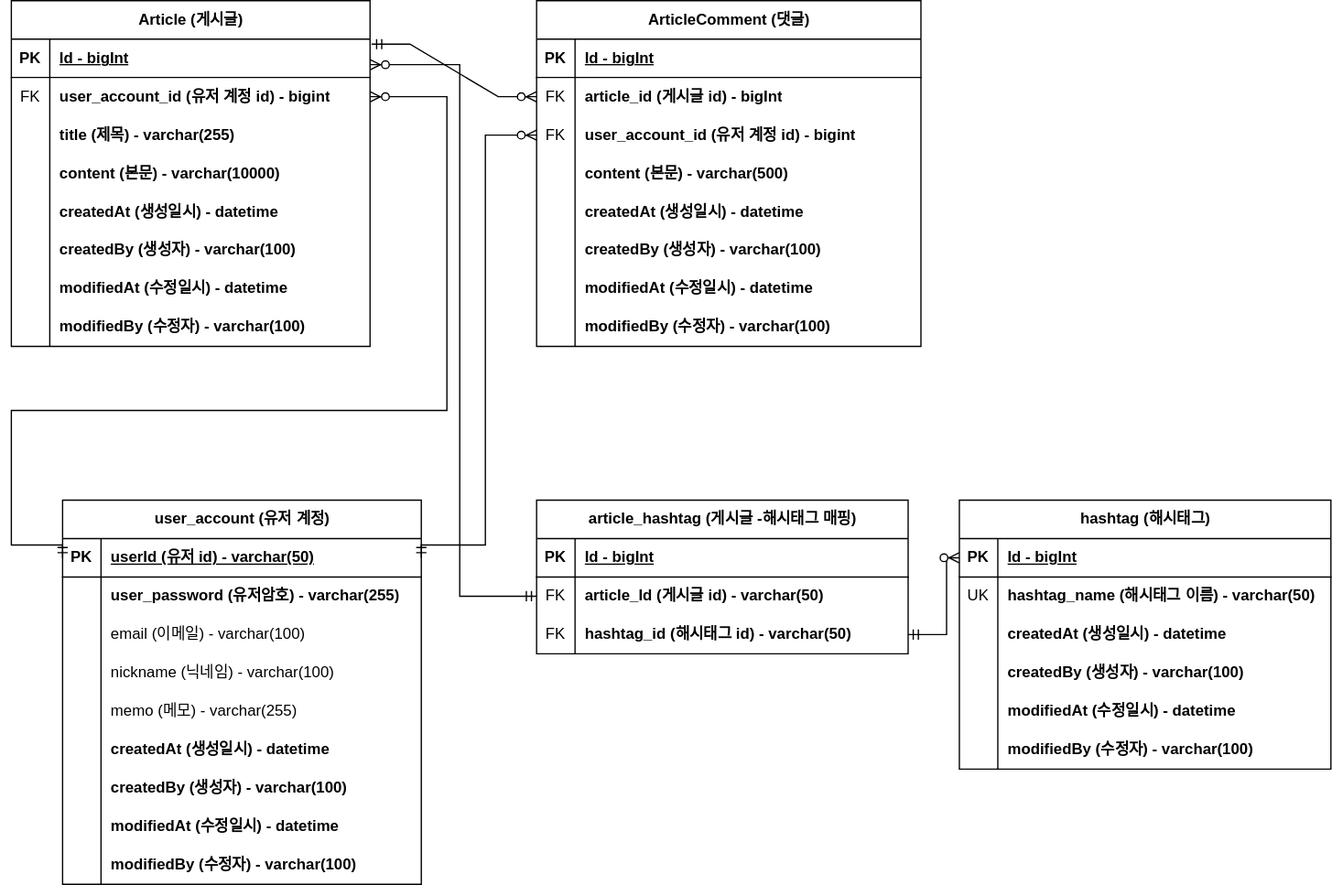
The draw.io diagram Part02/document/project-board-erd.svg in dbwp031/FastCampusClass, before a commit. Source tidied: cells renumbered, new cells last; positions are measured from the earlier drawing's top-left corner, leaving out a move shared by most shapes.
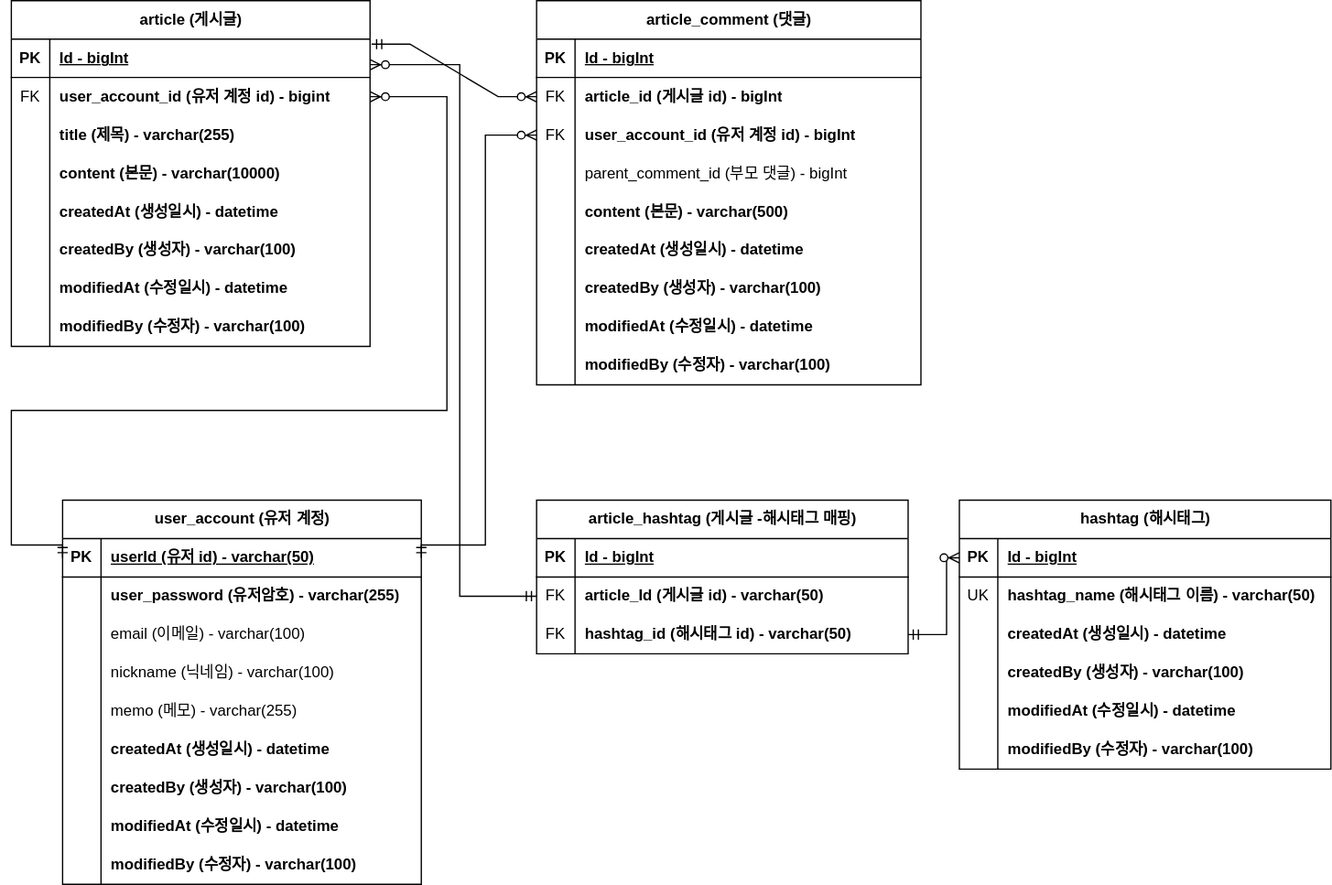
Later version of the same file.

Commit message:
#46 project-board-erd.svg 수정: article_comment -> parent_comment_id 필드 추가

Change to the diagram source:
```diff
@@ -2,7 +2,7 @@
   <root>
     <mxCell id="0" />
     <mxCell id="1" parent="0" />
-    <mxCell id="2" value="Article (게시글)" style="shape=table;startSize=30;rowLines=0;fontStyle=1;align=center;html=1;" parent="1" vertex="1">
+    <mxCell id="2" value="article (게시글)" style="shape=table;startSize=30;rowLines=0;fontStyle=1;align=center;html=1;" parent="1" vertex="1">
       <mxGeometry width="280" height="270" as="geometry" />
     </mxCell>
     <mxCell id="3" style="shape=tableRow;horizontal=0;startSize=0;swimlaneHead=0;swimlaneBody=0;fillColor=none;points=[[0,0.5],[1,0.5]];portConstraint=eastwest;top=0;left=0;right=0;bottom=1;" parent="2" vertex="1">
@@ -77,8 +77,8 @@
     <mxCell id="26" value="modifiedBy (수정자) - varchar(100)" style="shape=partialRectangle;fillColor=none;top=0;left=0;bottom=0;right=0;align=left;spacingLeft=6;overflow=hidden;whiteSpace=wrap;html=1;fontStyle=1;" parent="24" vertex="1">
       <mxGeometry x="30" width="250" height="30" as="geometry" />
     </mxCell>
-    <mxCell id="27" value="ArticleComment (댓글)" style="shape=table;startSize=30;rowLines=0;fontStyle=1;align=center;html=1;" parent="1" vertex="1">
-      <mxGeometry x="410" width="300" height="270" as="geometry" />
+    <mxCell id="27" value="article_comment (댓글)" style="shape=table;startSize=30;rowLines=0;fontStyle=1;align=center;html=1;" parent="1" vertex="1">
+      <mxGeometry x="410" width="300" height="300" as="geometry" />
     </mxCell>
     <mxCell id="28" style="shape=tableRow;horizontal=0;startSize=0;swimlaneHead=0;swimlaneBody=0;fillColor=none;top=0;left=0;right=0;bottom=1;" parent="27" vertex="1">
       <mxGeometry y="30" width="300" height="30" as="geometry" />
@@ -104,11 +104,20 @@
     <mxCell id="35" value="FK" style="shape=partialRectangle;fillColor=none;top=0;left=0;bottom=0;right=0;overflow=hidden;whiteSpace=wrap;html=1;" parent="34" vertex="1">
       <mxGeometry width="30" height="30" as="geometry" />
     </mxCell>
-    <mxCell id="36" value="user_account_id (유저 계정 id) - bigint" style="shape=partialRectangle;fillColor=none;top=0;left=0;bottom=0;right=0;align=left;spacingLeft=6;overflow=hidden;whiteSpace=wrap;html=1;fontStyle=1;" parent="34" vertex="1">
+    <mxCell id="36" value="user_account_id (유저 계정 id) - bigInt" style="shape=partialRectangle;fillColor=none;top=0;left=0;bottom=0;right=0;align=left;spacingLeft=6;overflow=hidden;whiteSpace=wrap;html=1;fontStyle=1;" parent="34" vertex="1">
       <mxGeometry x="30" width="270" height="30" as="geometry" />
     </mxCell>
+    <mxCell id="114" style="shape=tableRow;horizontal=0;startSize=0;swimlaneHead=0;swimlaneBody=0;fillColor=none;top=0;left=0;right=0;bottom=0;" parent="27" vertex="1">
+      <mxGeometry y="120" width="300" height="30" as="geometry" />
+    </mxCell>
+    <mxCell id="115" style="shape=partialRectangle;fillColor=none;top=0;left=0;bottom=0;right=0;overflow=hidden;whiteSpace=wrap;html=1;" parent="114" vertex="1">
+      <mxGeometry width="30" height="30" as="geometry" />
+    </mxCell>
+    <mxCell id="116" value="&lt;span style=&quot;font-weight: normal;&quot;&gt;parent_comment_id (부모 댓글) - bigInt&lt;/span&gt;" style="shape=partialRectangle;fillColor=none;top=0;left=0;bottom=0;right=0;align=left;spacingLeft=6;overflow=hidden;whiteSpace=wrap;html=1;fontStyle=1;" parent="114" vertex="1">
+      <mxGeometry x="30" width="270" height="30" as="geometry" />
+    </mxCell>
     <mxCell id="37" style="shape=tableRow;horizontal=0;startSize=0;swimlaneHead=0;swimlaneBody=0;fillColor=none;top=0;left=0;right=0;bottom=0;" parent="27" vertex="1">
-      <mxGeometry y="120" width="300" height="30" as="geometry" />
+      <mxGeometry y="150" width="300" height="30" as="geometry" />
     </mxCell>
     <mxCell id="38" style="shape=partialRectangle;fillColor=none;top=0;left=0;bottom=0;right=0;overflow=hidden;whiteSpace=wrap;html=1;" parent="37" vertex="1">
       <mxGeometry width="30" height="30" as="geometry" />
@@ -117,7 +126,7 @@
       <mxGeometry x="30" width="270" height="30" as="geometry" />
     </mxCell>
     <mxCell id="40" style="shape=tableRow;horizontal=0;startSize=0;swimlaneHead=0;swimlaneBody=0;fillColor=none;top=0;left=0;right=0;bottom=0;" parent="27" vertex="1">
-      <mxGeometry y="150" width="300" height="30" as="geometry" />
+      <mxGeometry y="180" width="300" height="30" as="geometry" />
     </mxCell>
     <mxCell id="41" style="shape=partialRectangle;fillColor=none;top=0;left=0;bottom=0;right=0;overflow=hidden;whiteSpace=wrap;html=1;" parent="40" vertex="1">
       <mxGeometry width="30" height="30" as="geometry" />
@@ -126,7 +135,7 @@
       <mxGeometry x="30" width="270" height="30" as="geometry" />
     </mxCell>
     <mxCell id="43" style="shape=tableRow;horizontal=0;startSize=0;swimlaneHead=0;swimlaneBody=0;fillColor=none;top=0;left=0;right=0;bottom=0;" parent="27" vertex="1">
-      <mxGeometry y="180" width="300" height="30" as="geometry" />
+      <mxGeometry y="210" width="300" height="30" as="geometry" />
     </mxCell>
     <mxCell id="44" style="shape=partialRectangle;fillColor=none;top=0;left=0;bottom=0;right=0;overflow=hidden;whiteSpace=wrap;html=1;" parent="43" vertex="1">
       <mxGeometry width="30" height="30" as="geometry" />
@@ -135,7 +144,7 @@
       <mxGeometry x="30" width="270" height="30" as="geometry" />
     </mxCell>
     <mxCell id="46" style="shape=tableRow;horizontal=0;startSize=0;swimlaneHead=0;swimlaneBody=0;fillColor=none;top=0;left=0;right=0;bottom=0;" parent="27" vertex="1">
-      <mxGeometry y="210" width="300" height="30" as="geometry" />
+      <mxGeometry y="240" width="300" height="30" as="geometry" />
     </mxCell>
     <mxCell id="47" style="shape=partialRectangle;fillColor=none;top=0;left=0;bottom=0;right=0;overflow=hidden;whiteSpace=wrap;html=1;" parent="46" vertex="1">
       <mxGeometry width="30" height="30" as="geometry" />
@@ -144,7 +153,7 @@
       <mxGeometry x="30" width="270" height="30" as="geometry" />
     </mxCell>
     <mxCell id="49" style="shape=tableRow;horizontal=0;startSize=0;swimlaneHead=0;swimlaneBody=0;fillColor=none;top=0;left=0;right=0;bottom=0;" parent="27" vertex="1">
-      <mxGeometry y="240" width="300" height="30" as="geometry" />
+      <mxGeometry y="270" width="300" height="30" as="geometry" />
     </mxCell>
     <mxCell id="50" style="shape=partialRectangle;fillColor=none;top=0;left=0;bottom=0;right=0;overflow=hidden;whiteSpace=wrap;html=1;" parent="49" vertex="1">
       <mxGeometry width="30" height="30" as="geometry" />
```
